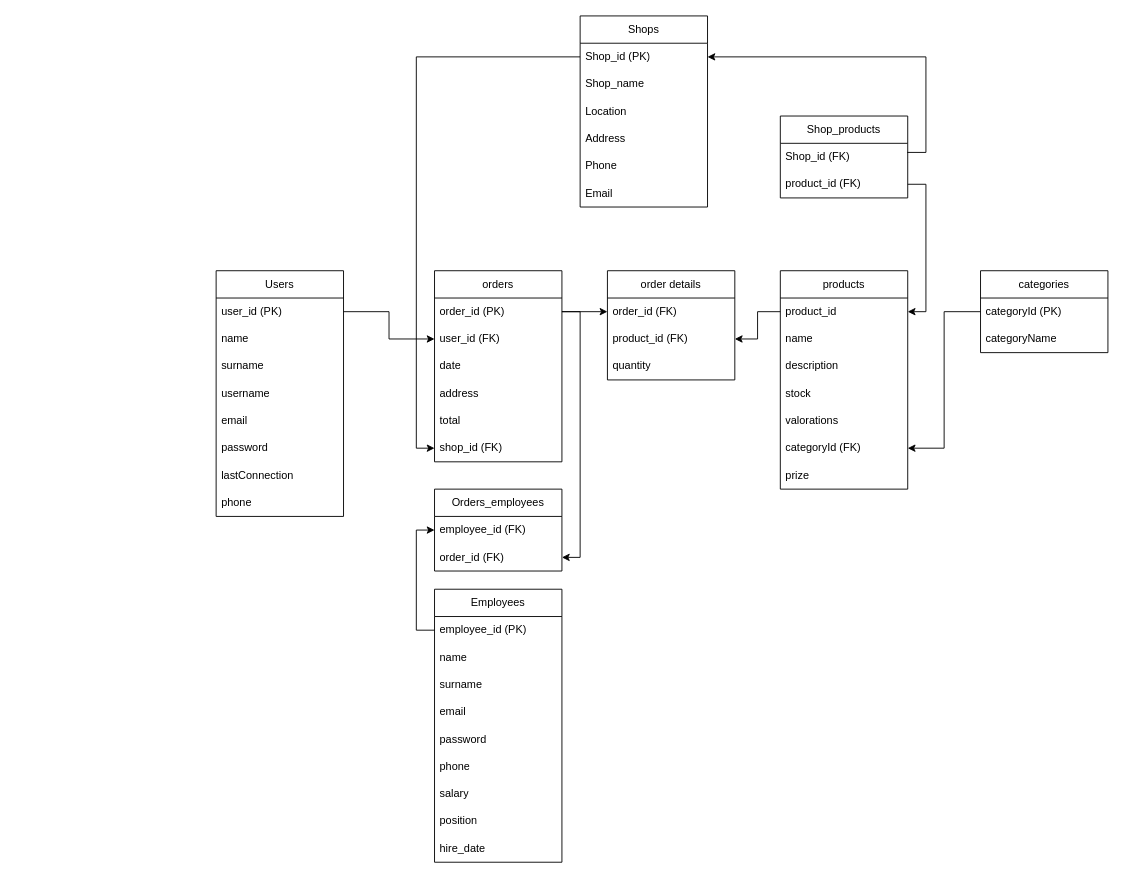
Earlier version of the draw.io diagram page "Página-2" (1 of 2) of modelo_DDBB.drawio (Rakions/proyecto-final). Source tidied: cells renumbered, new cells numbered last; positions are measured from the earlier drawing's top-left corner, leaving out a move shared by most shapes. Both pictures are drawn from the tidied source at 91%, with x=0, y=0 at pixel (216, 15).
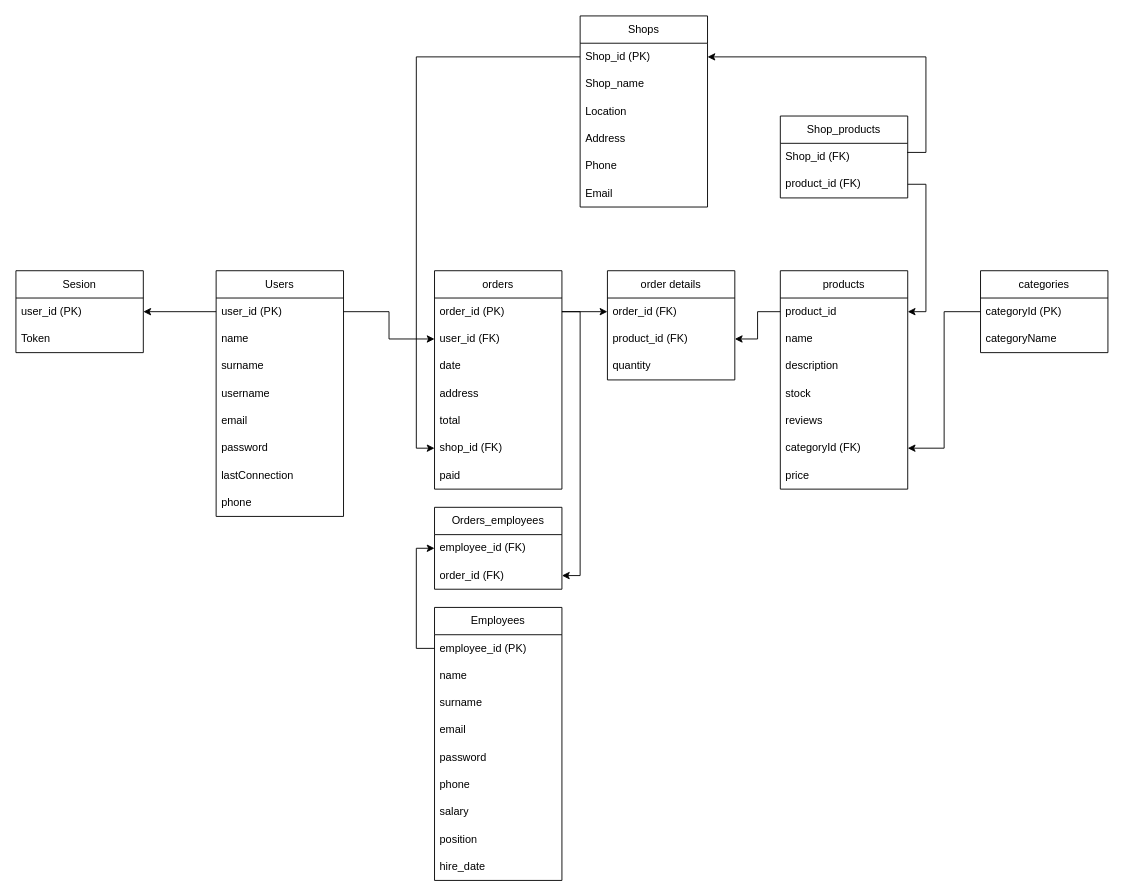
The same page after the edit.

Commit message (it also covers changes not shown here):
Creada tabla sesion y agregados nuevos campos

Unchanged cells that the change refers to:
```xml
<mxCell id="3" value="user_id (PK)" style="text;strokeColor=none;fillColor=none;align=left;verticalAlign=middle;spacingLeft=4;spacingRight=4;overflow=hidden;points=[[0,0.5],[1,0.5]];portConstraint=eastwest;whiteSpace=wrap;html=1;" parent="2" vertex="1">
  <mxGeometry y="30" width="140" height="30" as="geometry" />
</mxCell>
<mxCell id="11" value="products" style="swimlane;fontStyle=0;horizontal=1;startSize=30;whiteSpace=wrap;html=1;" parent="1" vertex="1">
  <mxGeometry x="620" y="280" width="140" height="240" as="geometry" />
</mxCell>
```

What changed in the source:
```diff
@@
-    <mxCell id="16" value="valorations" style="text;strokeColor=none;fillColor=none;align=left;verticalAlign=middle;spacingLeft=4;spacingRight=4;overflow=hidden;whiteSpace=wrap;html=1;" parent="11" vertex="1">
+    <mxCell id="16" value="reviews" style="text;strokeColor=none;fillColor=none;align=left;verticalAlign=middle;spacingLeft=4;spacingRight=4;overflow=hidden;whiteSpace=wrap;html=1;" parent="11" vertex="1">
       <mxGeometry y="150" width="140" height="30" as="geometry" />
     </mxCell>
@@
-    <mxCell id="18" value="prize" style="text;strokeColor=none;fillColor=none;align=left;verticalAlign=middle;spacingLeft=4;spacingRight=4;overflow=hidden;whiteSpace=wrap;html=1;" parent="11" vertex="1">
+    <mxCell id="18" value="price" style="text;strokeColor=none;fillColor=none;align=left;verticalAlign=middle;spacingLeft=4;spacingRight=4;overflow=hidden;whiteSpace=wrap;html=1;" parent="11" vertex="1">
       <mxGeometry y="210" width="140" height="30" as="geometry" />
     </mxCell>
     <mxCell id="19" value="orders" style="swimlane;fontStyle=0;horizontal=1;startSize=30;whiteSpace=wrap;html=1;" parent="1" vertex="1">
-      <mxGeometry x="240" y="280" width="140" height="210" as="geometry" />
+      <mxGeometry x="240" y="280" width="140" height="240" as="geometry" />
     </mxCell>
@@
+    <mxCell id="65" value="paid" style="text;strokeColor=none;fillColor=none;align=left;verticalAlign=middle;spacingLeft=4;spacingRight=4;overflow=hidden;whiteSpace=wrap;html=1;" parent="19" vertex="1">
+      <mxGeometry y="210" width="140" height="30" as="geometry" />
+    </mxCell>
@@
     <mxCell id="37" value="Employees" style="swimlane;fontStyle=0;horizontal=1;startSize=30;whiteSpace=wrap;html=1;" parent="1" vertex="1">
-      <mxGeometry x="240" y="630" width="140" height="300" as="geometry" />
+      <mxGeometry x="240" y="650" width="140" height="300" as="geometry" />
     </mxCell>
@@
     <mxCell id="47" value="Orders_employees" style="swimlane;fontStyle=0;horizontal=1;startSize=30;whiteSpace=wrap;html=1;" parent="1" vertex="1">
-      <mxGeometry x="240" y="520" width="140" height="90" as="geometry" />
+      <mxGeometry x="240" y="540" width="140" height="90" as="geometry" />
     </mxCell>
@@
+    <mxCell id="66" value="Sesion" style="swimlane;fontStyle=0;horizontal=1;startSize=30;whiteSpace=wrap;html=1;" parent="1" vertex="1">
+      <mxGeometry x="-220" y="280" width="140" height="90" as="geometry" />
+    </mxCell>
+    <mxCell id="67" value="user_id (PK)" style="text;strokeColor=none;fillColor=none;align=left;verticalAlign=middle;spacingLeft=4;spacingRight=4;overflow=hidden;points=[[0,0.5],[1,0.5]];portConstraint=eastwest;whiteSpace=wrap;html=1;" parent="66" vertex="1">
+      <mxGeometry y="30" width="140" height="30" as="geometry" />
+    </mxCell>
+    <mxCell id="68" value="Token" style="text;strokeColor=none;fillColor=none;align=left;verticalAlign=middle;spacingLeft=4;spacingRight=4;overflow=hidden;whiteSpace=wrap;html=1;" parent="66" vertex="1">
+      <mxGeometry y="60" width="140" height="30" as="geometry" />
+    </mxCell>
+    <mxCell id="69" style="edgeStyle=orthogonalEdgeStyle;rounded=0;jettySize=auto;html=1;exitX=0;exitY=0.5;exitDx=0;exitDy=0;entryX=1;entryY=0.5;entryDx=0;entryDy=0;" parent="1" edge="1" source="3" target="67">
+      <mxGeometry relative="1" as="geometry" />
+    </mxCell>
```
